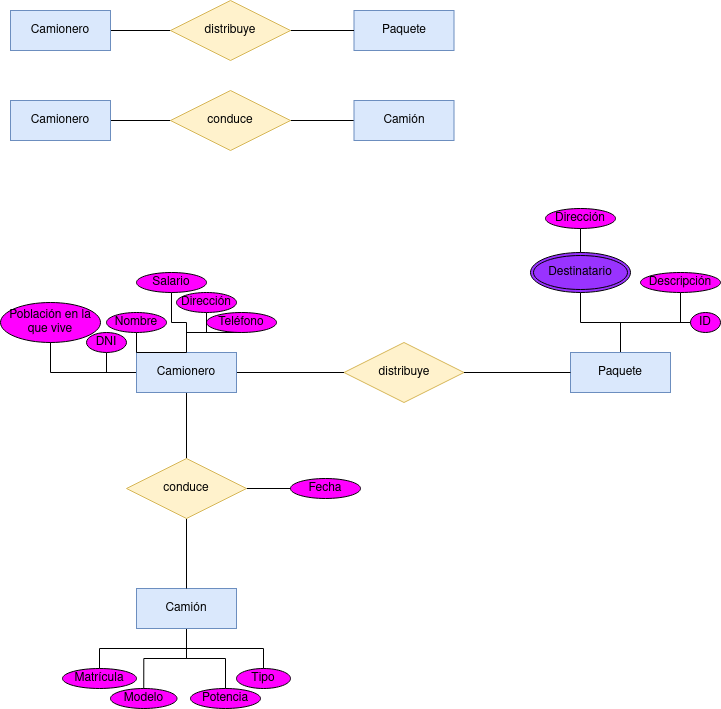
This is Unidad-1/Tareas/Tarea-3/Diagrama Tarea 4.drawio.png from RafaelMayor/base-datos, a draw.io export, as it was before one commit. Source tidied: cells renumbered, new cells last; positions are measured from the earlier drawing's top-left corner, leaving out a move shared by most shapes.
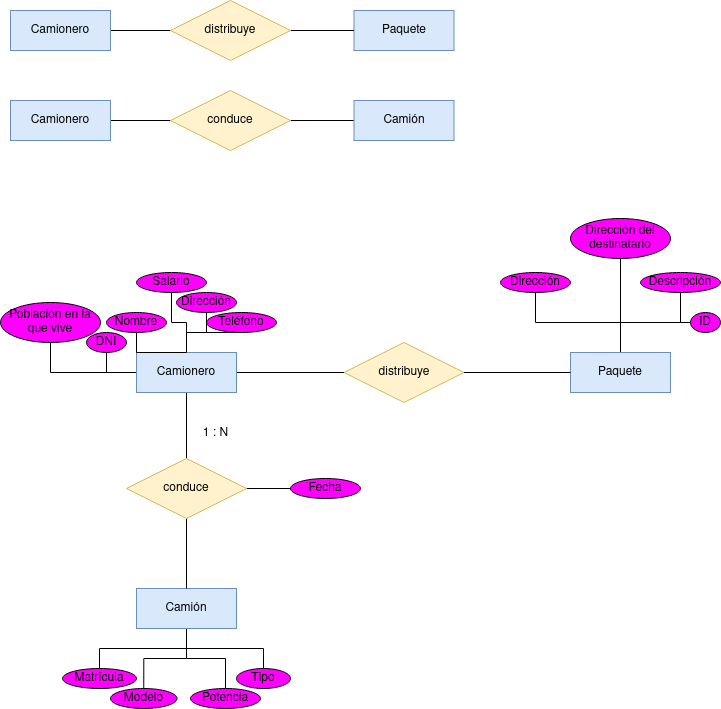
The same file after the commit.

The edit, as a diff of the source:
```diff
@@ -56,12 +56,15 @@
     <mxCell id="19" style="edgeStyle=orthogonalEdgeStyle;rounded=0;jettySize=auto;html=1;entryX=0;entryY=0.5;entryDx=0;entryDy=0;endArrow=none;endFill=0;exitX=0.5;exitY=0;exitDx=0;exitDy=0;" parent="1" edge="1" source="22" target="31">
       <mxGeometry relative="1" as="geometry" />
     </mxCell>
-    <mxCell id="20" style="edgeStyle=orthogonalEdgeStyle;rounded=0;jettySize=auto;html=1;entryX=0.5;entryY=1;entryDx=0;entryDy=0;endArrow=none;endFill=0;" parent="1" edge="1" source="22" target="35">
+    <mxCell id="20" style="edgeStyle=orthogonalEdgeStyle;rounded=0;jettySize=auto;html=1;entryX=0.5;entryY=1;entryDx=0;entryDy=0;endArrow=none;endFill=0;" parent="1" edge="1" source="22" target="33">
       <mxGeometry relative="1" as="geometry" />
     </mxCell>
     <mxCell id="21" style="edgeStyle=orthogonalEdgeStyle;rounded=0;jettySize=auto;html=1;entryX=0.5;entryY=1;entryDx=0;entryDy=0;endArrow=none;endFill=0;" parent="1" edge="1" source="22" target="32">
       <mxGeometry relative="1" as="geometry" />
     </mxCell>
+    <mxCell id="51" style="edgeStyle=orthogonalEdgeStyle;rounded=0;jettySize=auto;html=1;entryX=0.5;entryY=1;entryDx=0;entryDy=0;endArrow=none;endFill=0;" parent="1" edge="1" source="22" target="52">
+      <mxGeometry relative="1" as="geometry" />
+    </mxCell>
     <mxCell id="22" value="Paquete" style="whiteSpace=wrap;html=1;align=center;fillColor=#dae8fc;strokeColor=#6c8ebf;" parent="1" vertex="1">
       <mxGeometry x="570" y="352" width="100" height="40" as="geometry" />
     </mxCell>
@@ -96,14 +99,8 @@
       <mxGeometry x="640" y="272" width="80" height="20" as="geometry" />
     </mxCell>
     <mxCell id="33" value="Dirección" style="ellipse;whiteSpace=wrap;html=1;align=center;fillColor=#FF00FF;" parent="1" vertex="1">
-      <mxGeometry x="545" y="208" width="70" height="20" as="geometry" />
+      <mxGeometry x="500" y="272" width="70" height="20" as="geometry" />
     </mxCell>
-    <mxCell id="34" style="edgeStyle=orthogonalEdgeStyle;rounded=0;jettySize=auto;html=1;entryX=0.5;entryY=1;entryDx=0;entryDy=0;endArrow=none;endFill=0;" parent="1" edge="1" source="35" target="33">
-      <mxGeometry relative="1" as="geometry" />
-    </mxCell>
-    <mxCell id="35" value="Destinatario" style="ellipse;shape=doubleEllipse;margin=3;whiteSpace=wrap;html=1;align=center;fillColor=#9933FF;" parent="1" vertex="1">
-      <mxGeometry x="530" y="252" width="100" height="40" as="geometry" />
-    </mxCell>
     <mxCell id="36" style="edgeStyle=orthogonalEdgeStyle;rounded=0;jettySize=auto;html=1;entryX=0;entryY=0.5;entryDx=0;entryDy=0;endArrow=none;endFill=0;" parent="1" edge="1" source="37" target="22">
       <mxGeometry relative="1" as="geometry" />
     </mxCell>
@@ -149,5 +146,11 @@
     <mxCell id="50" value="Fecha" style="ellipse;whiteSpace=wrap;html=1;align=center;fillColor=#FF00FF;" parent="1" vertex="1">
       <mxGeometry x="290" y="478" width="70" height="20" as="geometry" />
     </mxCell>
+    <mxCell id="52" value="Dirección del destinatario" style="ellipse;whiteSpace=wrap;html=1;align=center;fillColor=#FF00FF;" parent="1" vertex="1">
+      <mxGeometry x="570" y="218" width="100" height="40" as="geometry" />
+    </mxCell>
+    <mxCell id="53" value="1 : N" style="text;html=1;align=center;verticalAlign=middle;strokeColor=none;fillColor=none;" parent="1" vertex="1">
+      <mxGeometry x="190" y="418" width="50" height="30" as="geometry" />
+    </mxCell>
   </root>
 </mxGraphModel>
```
